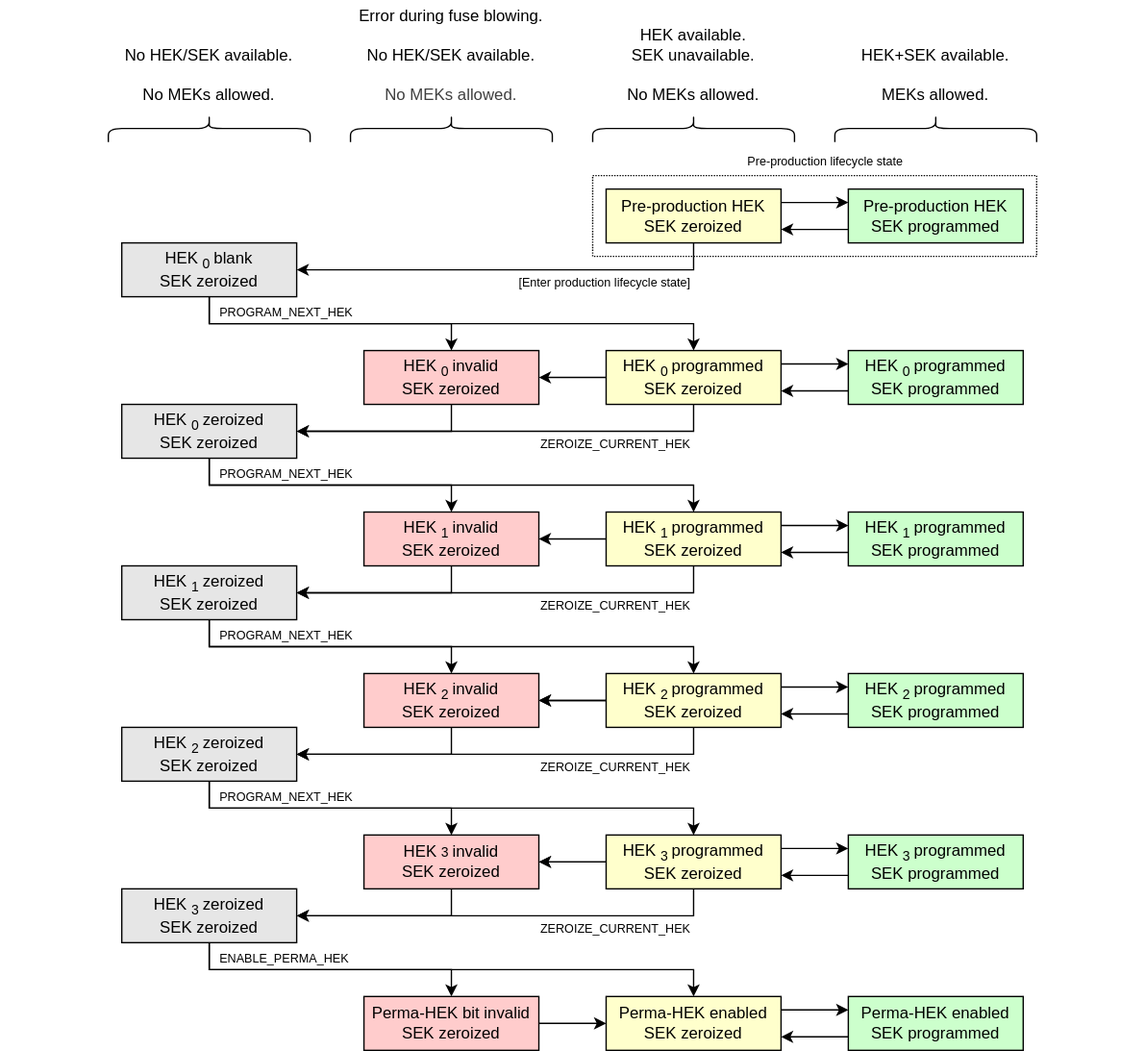
Above: doc/ocp_lock/diagrams/hek_sek_rotation.drawio.svg in chipsalliance/Caliptra (draw.io), before the change. Source tidied: cells renumbered, new cells last; positions are measured from the earlier drawing's top-left corner, leaving out a move shared by most shapes.
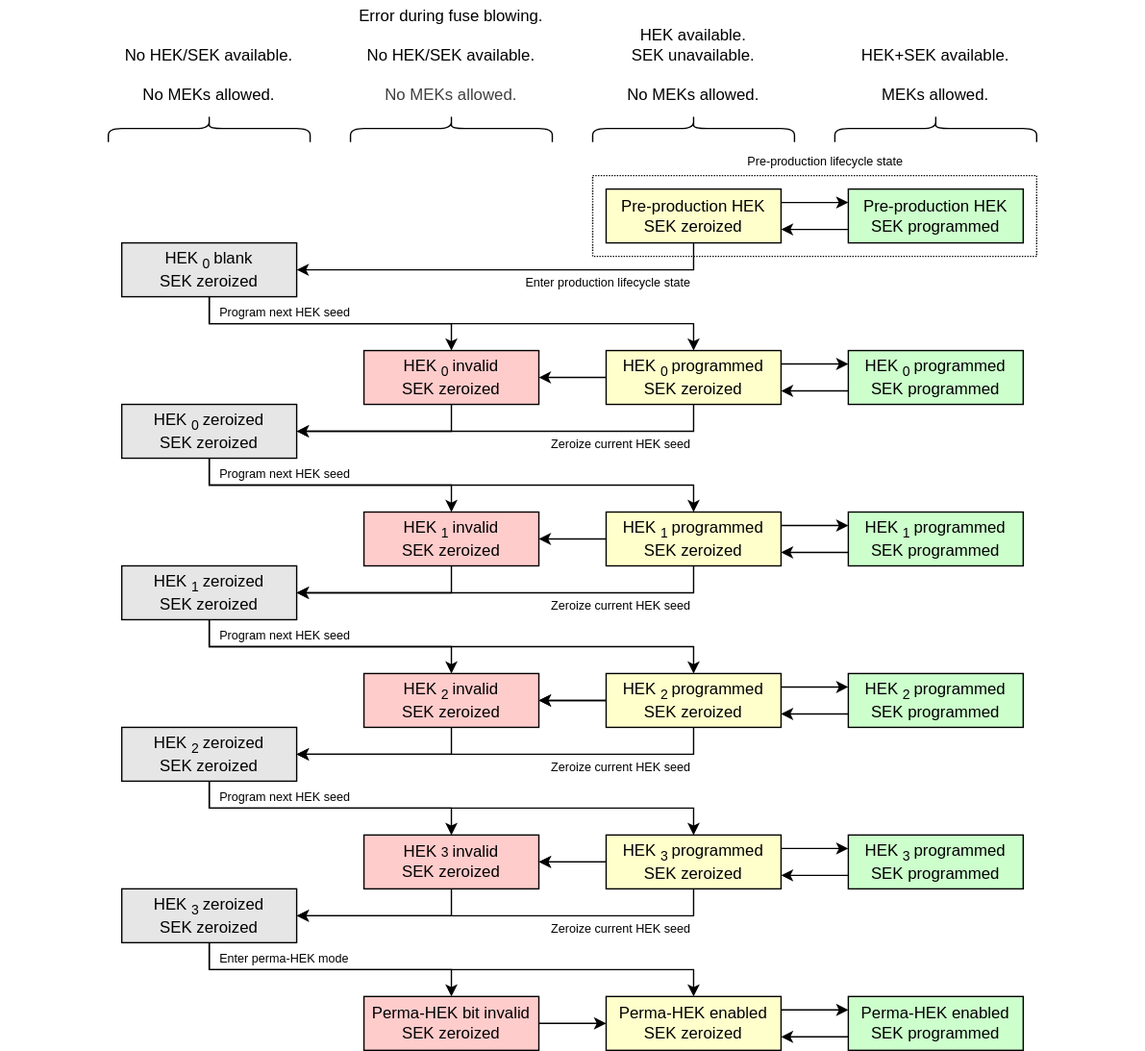
After the commit.

What changed in the source:
```diff
@@ -231,31 +231,31 @@
     <mxCell id="66" style="endArrow=classic;html=1;entryX=0;entryY=0.25;entryDx=0;entryDy=0;exitX=1;exitY=0.25;exitDx=0;exitDy=0;startSize=6;endSize=6;" parent="1" edge="1" source="40" target="48">
       <mxGeometry relative="1" as="geometry" />
     </mxCell>
-    <mxCell id="67" value="PROGRAM_NEXT_HEK" style="rounded=0;whiteSpace=wrap;html=1;fillColor=none;dashed=1;strokeColor=none;horizontal=1;verticalAlign=middle;dashPattern=1 2;spacingBottom=0;fontSize=9;align=left;spacingLeft=6;" parent="1" vertex="1">
+    <mxCell id="67" value="&lt;span style=&quot;color: rgb(0, 0, 0);&quot;&gt;Program next HEK seed&lt;/span&gt;" style="rounded=0;whiteSpace=wrap;html=1;fillColor=none;dashed=1;strokeColor=none;horizontal=1;verticalAlign=middle;dashPattern=1 2;spacingBottom=0;fontSize=9;align=left;spacingLeft=6;" parent="1" vertex="1">
       <mxGeometry x="155" y="222" width="130" height="20" as="geometry" />
     </mxCell>
-    <mxCell id="68" value="PROGRAM_NEXT_HEK" style="rounded=0;whiteSpace=wrap;html=1;fillColor=none;dashed=1;strokeColor=none;horizontal=1;verticalAlign=middle;dashPattern=1 2;spacingBottom=0;fontSize=9;align=left;spacingLeft=6;" parent="1" vertex="1">
+    <mxCell id="68" value="&lt;span style=&quot;color: rgb(0, 0, 0);&quot;&gt;Program next HEK seed&lt;/span&gt;" style="rounded=0;whiteSpace=wrap;html=1;fillColor=none;dashed=1;strokeColor=none;horizontal=1;verticalAlign=middle;dashPattern=1 2;spacingBottom=0;fontSize=9;align=left;spacingLeft=6;" parent="1" vertex="1">
       <mxGeometry x="155" y="342" width="130" height="20" as="geometry" />
     </mxCell>
-    <mxCell id="69" value="PROGRAM_NEXT_HEK" style="rounded=0;whiteSpace=wrap;html=1;fillColor=none;dashed=1;strokeColor=none;horizontal=1;verticalAlign=middle;dashPattern=1 2;spacingBottom=0;fontSize=9;align=left;spacingLeft=6;" parent="1" vertex="1">
+    <mxCell id="69" value="&lt;span style=&quot;color: rgb(0, 0, 0);&quot;&gt;Program next HEK seed&lt;/span&gt;" style="rounded=0;whiteSpace=wrap;html=1;fillColor=none;dashed=1;strokeColor=none;horizontal=1;verticalAlign=middle;dashPattern=1 2;spacingBottom=0;fontSize=9;align=left;spacingLeft=6;" parent="1" vertex="1">
       <mxGeometry x="155" y="462" width="130" height="20" as="geometry" />
     </mxCell>
-    <mxCell id="70" value="PROGRAM_NEXT_HEK" style="rounded=0;whiteSpace=wrap;html=1;fillColor=none;dashed=1;strokeColor=none;horizontal=1;verticalAlign=middle;dashPattern=1 2;spacingBottom=0;fontSize=9;align=left;spacingLeft=6;" parent="1" vertex="1">
+    <mxCell id="70" value="&lt;span style=&quot;color: rgb(0, 0, 0);&quot;&gt;Program next HEK seed&lt;/span&gt;" style="rounded=0;whiteSpace=wrap;html=1;fillColor=none;dashed=1;strokeColor=none;horizontal=1;verticalAlign=middle;dashPattern=1 2;spacingBottom=0;fontSize=9;align=left;spacingLeft=6;" parent="1" vertex="1">
       <mxGeometry x="155" y="582" width="130" height="20" as="geometry" />
     </mxCell>
-    <mxCell id="71" value="ENABLE_PERMA_HEK" style="rounded=0;whiteSpace=wrap;html=1;fillColor=none;dashed=1;strokeColor=none;horizontal=1;verticalAlign=middle;dashPattern=1 2;spacingBottom=0;fontSize=9;align=left;spacingLeft=6;" parent="1" vertex="1">
+    <mxCell id="71" value="Enter perma-HEK mode" style="rounded=0;whiteSpace=wrap;html=1;fillColor=none;dashed=1;strokeColor=none;horizontal=1;verticalAlign=middle;dashPattern=1 2;spacingBottom=0;fontSize=9;align=left;spacingLeft=6;" parent="1" vertex="1">
       <mxGeometry x="155" y="702" width="150" height="20" as="geometry" />
     </mxCell>
-    <mxCell id="72" value="ZEROIZE_CURRENT_HEK" style="rounded=0;whiteSpace=wrap;html=1;fillColor=none;dashed=1;strokeColor=none;horizontal=1;verticalAlign=middle;dashPattern=1 2;spacingBottom=0;fontSize=9;align=right;" parent="1" vertex="1">
+    <mxCell id="72" value="&lt;span style=&quot;color: rgb(0, 0, 0);&quot;&gt;Zeroize current HEK seed&lt;/span&gt;" style="rounded=0;whiteSpace=wrap;html=1;fillColor=none;dashed=1;strokeColor=none;horizontal=1;verticalAlign=middle;dashPattern=1 2;spacingBottom=0;fontSize=9;align=right;" parent="1" vertex="1">
       <mxGeometry x="380" y="320" width="135" height="20" as="geometry" />
     </mxCell>
-    <mxCell id="73" value="ZEROIZE_CURRENT_HEK" style="rounded=0;whiteSpace=wrap;html=1;fillColor=none;dashed=1;strokeColor=none;horizontal=1;verticalAlign=middle;dashPattern=1 2;spacingBottom=0;fontSize=9;align=right;" parent="1" vertex="1">
+    <mxCell id="73" value="&lt;span style=&quot;color: rgb(0, 0, 0);&quot;&gt;Zeroize current HEK seed&lt;/span&gt;" style="rounded=0;whiteSpace=wrap;html=1;fillColor=none;dashed=1;strokeColor=none;horizontal=1;verticalAlign=middle;dashPattern=1 2;spacingBottom=0;fontSize=9;align=right;" parent="1" vertex="1">
       <mxGeometry x="377" y="440" width="138" height="20" as="geometry" />
     </mxCell>
-    <mxCell id="74" value="ZEROIZE_CURRENT_HEK" style="rounded=0;whiteSpace=wrap;html=1;fillColor=none;dashed=1;strokeColor=none;horizontal=1;verticalAlign=middle;dashPattern=1 2;spacingBottom=0;fontSize=9;align=right;" parent="1" vertex="1">
+    <mxCell id="74" value="&lt;span style=&quot;color: rgb(0, 0, 0);&quot;&gt;Zeroize current HEK seed&lt;/span&gt;" style="rounded=0;whiteSpace=wrap;html=1;fillColor=none;dashed=1;strokeColor=none;horizontal=1;verticalAlign=middle;dashPattern=1 2;spacingBottom=0;fontSize=9;align=right;" parent="1" vertex="1">
       <mxGeometry x="377" y="560" width="138" height="20" as="geometry" />
     </mxCell>
-    <mxCell id="75" value="ZEROIZE_CURRENT_HEK" style="rounded=0;whiteSpace=wrap;html=1;fillColor=none;dashed=1;strokeColor=none;horizontal=1;verticalAlign=middle;dashPattern=1 2;spacingBottom=0;fontSize=9;align=right;" parent="1" vertex="1">
+    <mxCell id="75" value="&lt;span style=&quot;color: rgb(0, 0, 0);&quot;&gt;Zeroize current HEK seed&lt;/span&gt;" style="rounded=0;whiteSpace=wrap;html=1;fillColor=none;dashed=1;strokeColor=none;horizontal=1;verticalAlign=middle;dashPattern=1 2;spacingBottom=0;fontSize=9;align=right;" parent="1" vertex="1">
       <mxGeometry x="377" y="680" width="138" height="20" as="geometry" />
     </mxCell>
     <mxCell id="76" value="&lt;div&gt;&lt;font color=&quot;#000000&quot;&gt;Pre-production HEK&lt;/font&gt;&lt;/div&gt;&lt;div&gt;&lt;font color=&quot;#000000&quot;&gt;SEK&amp;nbsp;&lt;span style=&quot;color: rgb(0, 0, 0);&quot;&gt;zeroized&lt;/span&gt;&lt;/font&gt;&lt;span style=&quot;background-color: transparent;&quot;&gt;&amp;nbsp;&lt;/span&gt;&lt;/div&gt;" style="rounded=0;whiteSpace=wrap;html=1;align=center;verticalAlign=middle;shadow=0;glass=0;spacingLeft=0;spacingBottom=0;spacingTop=0;fillColor=#FFFFCC;" parent="1" vertex="1">
@@ -278,7 +278,7 @@
         </Array>
       </mxGeometry>
     </mxCell>
-    <mxCell id="81" value="[Enter production lifecycle state]" style="rounded=0;whiteSpace=wrap;html=1;fillColor=none;dashed=1;strokeColor=none;horizontal=1;verticalAlign=middle;dashPattern=1 2;spacingBottom=0;fontSize=9;align=right;" parent="1" vertex="1">
+    <mxCell id="81" value="Enter production lifecycle state" style="rounded=0;whiteSpace=wrap;html=1;fillColor=none;dashed=1;strokeColor=none;horizontal=1;verticalAlign=middle;dashPattern=1 2;spacingBottom=0;fontSize=9;align=right;" parent="1" vertex="1">
       <mxGeometry x="380" y="200" width="135" height="20" as="geometry" />
     </mxCell>
     <mxCell id="82" value="Pre-production lifecycle state" style="rounded=0;whiteSpace=wrap;html=1;fillColor=none;dashed=1;strokeColor=none;horizontal=1;verticalAlign=middle;dashPattern=1 2;spacingBottom=0;fontSize=9;align=right;" parent="1" vertex="1">
```
